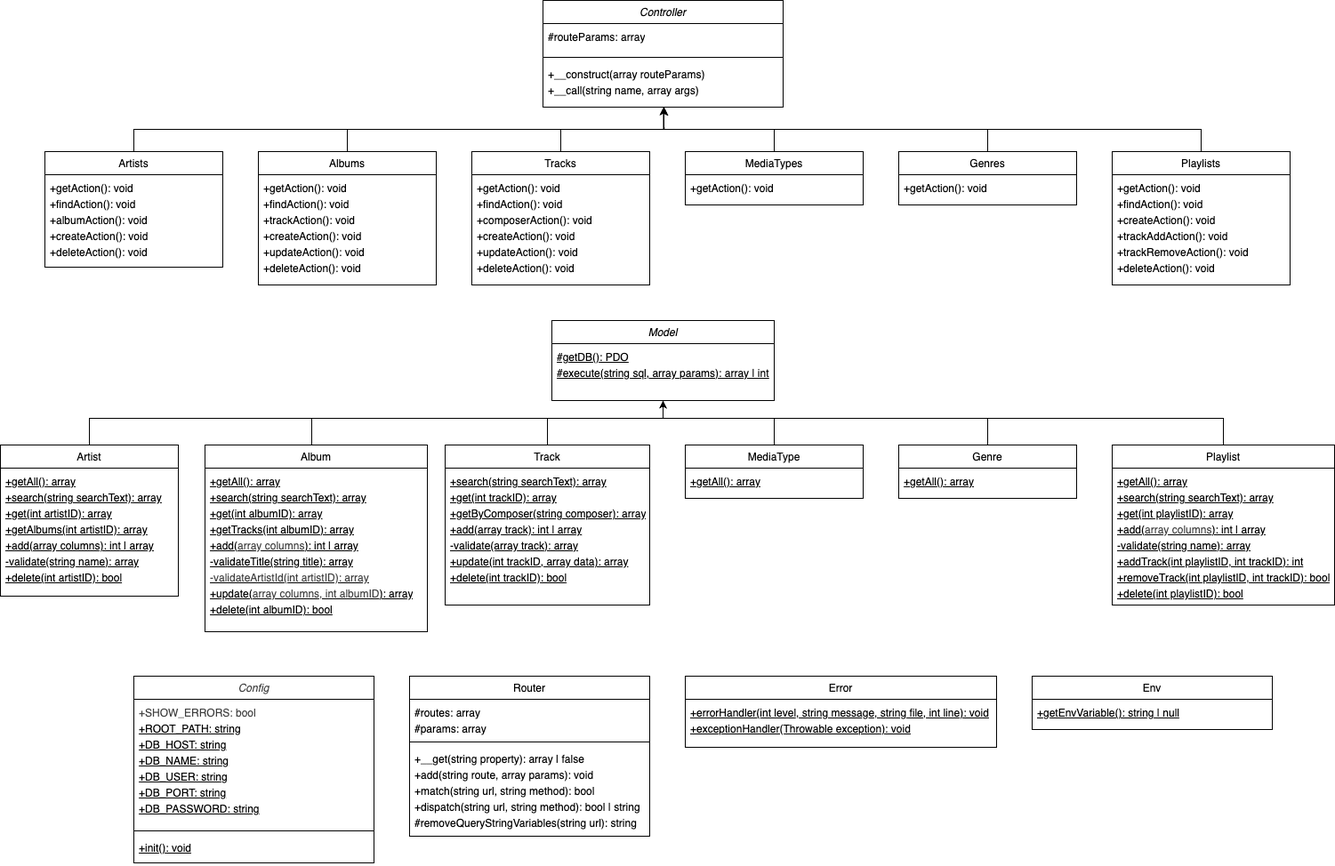
This is documentation/class_diagrams.drawio.png from FrejaFischer/music_storage, a draw.io export, as it was before one commit. Source tidied: cells renumbered, new cells last; positions are measured from the earlier drawing's top-left corner, leaving out a move shared by most shapes.
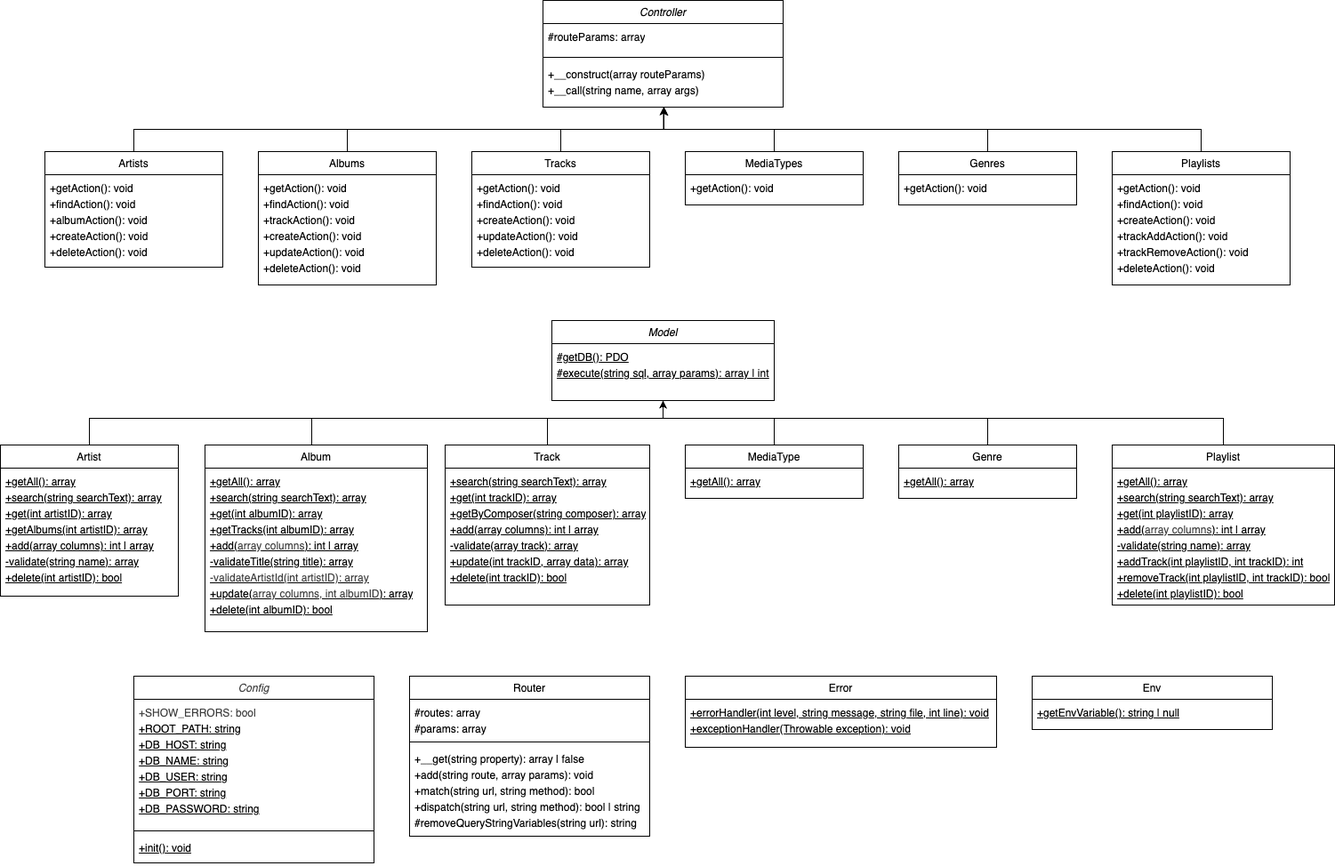
The same file after the commit.

Commit message:
updated class diagrams

The edit, as a diff of the source:
```diff
@@ -56,14 +56,14 @@
     <mxCell id="14" value="Track" style="swimlane;fontStyle=0;align=center;verticalAlign=top;horizontal=1;startSize=26;rounded=0;shadow=0;strokeWidth=1;" parent="1" vertex="1">
       <mxGeometry x="500" y="500" width="230" height="180" as="geometry" />
     </mxCell>
-    <mxCell id="15" value="&lt;div style=&quot;line-height: 150%;&quot;&gt;+search(string searchText): array&lt;br&gt;+get(int trackID): array&lt;br&gt;+getByComposer(string composer): array&lt;br&gt;+add(array track): int | array&lt;br&gt;-validate(array track): array&lt;/div&gt;&lt;div style=&quot;line-height: 150%;&quot;&gt;+update(int trackID, array data): array&lt;br&gt;+delete(int trackID): bool&lt;/div&gt;" style="text;align=left;verticalAlign=top;spacingLeft=4;spacingRight=4;overflow=hidden;fontStyle=4;spacingTop=0;spacing=2;html=1;" parent="14" vertex="1">
+    <mxCell id="15" value="&lt;div style=&quot;line-height: 150%;&quot;&gt;+search(string searchText): array&lt;br&gt;+get(int trackID): array&lt;br&gt;+getByComposer(string composer): array&lt;br&gt;+add(array columns): int | array&lt;br&gt;-validate(array track): array&lt;/div&gt;&lt;div style=&quot;line-height: 150%;&quot;&gt;+update(int trackID, array data): array&lt;br&gt;+delete(int trackID): bool&lt;/div&gt;" style="text;align=left;verticalAlign=top;spacingLeft=4;spacingRight=4;overflow=hidden;fontStyle=4;spacingTop=0;spacing=2;html=1;" parent="14" vertex="1">
       <mxGeometry y="26" width="230" height="154" as="geometry" />
     </mxCell>
     <mxCell id="16" value="Tracks" style="swimlane;fontStyle=0;align=center;verticalAlign=top;horizontal=1;startSize=26;rounded=0;shadow=0;strokeWidth=1;" parent="1" vertex="1">
-      <mxGeometry x="530" y="170" width="200" height="150" as="geometry" />
+      <mxGeometry x="530" y="170" width="200" height="130" as="geometry" />
     </mxCell>
-    <mxCell id="17" value="&lt;div style=&quot;line-height: 150%;&quot;&gt;&lt;font&gt;&lt;span&gt;&lt;span&gt;+getAction(): void&lt;br&gt;+findAction(): void&lt;br&gt;&lt;/span&gt;&lt;/span&gt;&lt;/font&gt;&lt;/div&gt;&lt;div style=&quot;line-height: 150%;&quot;&gt;&lt;font&gt;&lt;span&gt;&lt;span&gt;+composerAction(): void&lt;br&gt;&lt;/span&gt;&lt;/span&gt;&lt;/font&gt;&lt;/div&gt;&lt;div style=&quot;line-height: 150%;&quot;&gt;&lt;font&gt;&lt;span&gt;&lt;span&gt;+createAction(): void&lt;br&gt;&lt;/span&gt;&lt;/span&gt;&lt;/font&gt;&lt;/div&gt;&lt;div style=&quot;line-height: 150%;&quot;&gt;&lt;font&gt;+updateAction(): void&lt;span&gt;&lt;span&gt;&lt;br&gt;&lt;/span&gt;&lt;/span&gt;&lt;/font&gt;&lt;/div&gt;&lt;div style=&quot;line-height: 150%;&quot;&gt;&lt;font&gt;+deleteAction(): void&lt;/font&gt;&lt;/div&gt;" style="text;align=left;verticalAlign=top;spacingLeft=4;spacingRight=4;overflow=hidden;fontStyle=0;spacingTop=0;spacing=2;html=1;" parent="16" vertex="1">
-      <mxGeometry y="26" width="200" height="124" as="geometry" />
+    <mxCell id="17" value="&lt;div style=&quot;line-height: 150%;&quot;&gt;&lt;font&gt;&lt;span&gt;&lt;span&gt;+getAction(): void&lt;br&gt;+findAction(): void&lt;/span&gt;&lt;/span&gt;&lt;/font&gt;&lt;/div&gt;&lt;div style=&quot;line-height: 150%;&quot;&gt;&lt;font&gt;&lt;span&gt;&lt;span&gt;+createAction(): void&lt;br&gt;&lt;/span&gt;&lt;/span&gt;&lt;/font&gt;&lt;/div&gt;&lt;div style=&quot;line-height: 150%;&quot;&gt;&lt;font&gt;+updateAction(): void&lt;span&gt;&lt;span&gt;&lt;br&gt;&lt;/span&gt;&lt;/span&gt;&lt;/font&gt;&lt;/div&gt;&lt;div style=&quot;line-height: 150%;&quot;&gt;&lt;font&gt;+deleteAction(): void&lt;/font&gt;&lt;/div&gt;" style="text;align=left;verticalAlign=top;spacingLeft=4;spacingRight=4;overflow=hidden;fontStyle=0;spacingTop=0;spacing=2;html=1;" parent="16" vertex="1">
+      <mxGeometry y="26" width="200" height="104" as="geometry" />
     </mxCell>
     <mxCell id="18" style="edgeStyle=orthogonalEdgeStyle;rounded=0;jettySize=auto;html=1;entryX=0.5;entryY=1;entryDx=0;entryDy=0;" parent="1" edge="1" source="19" target="34">
       <mxGeometry relative="1" as="geometry">
```
